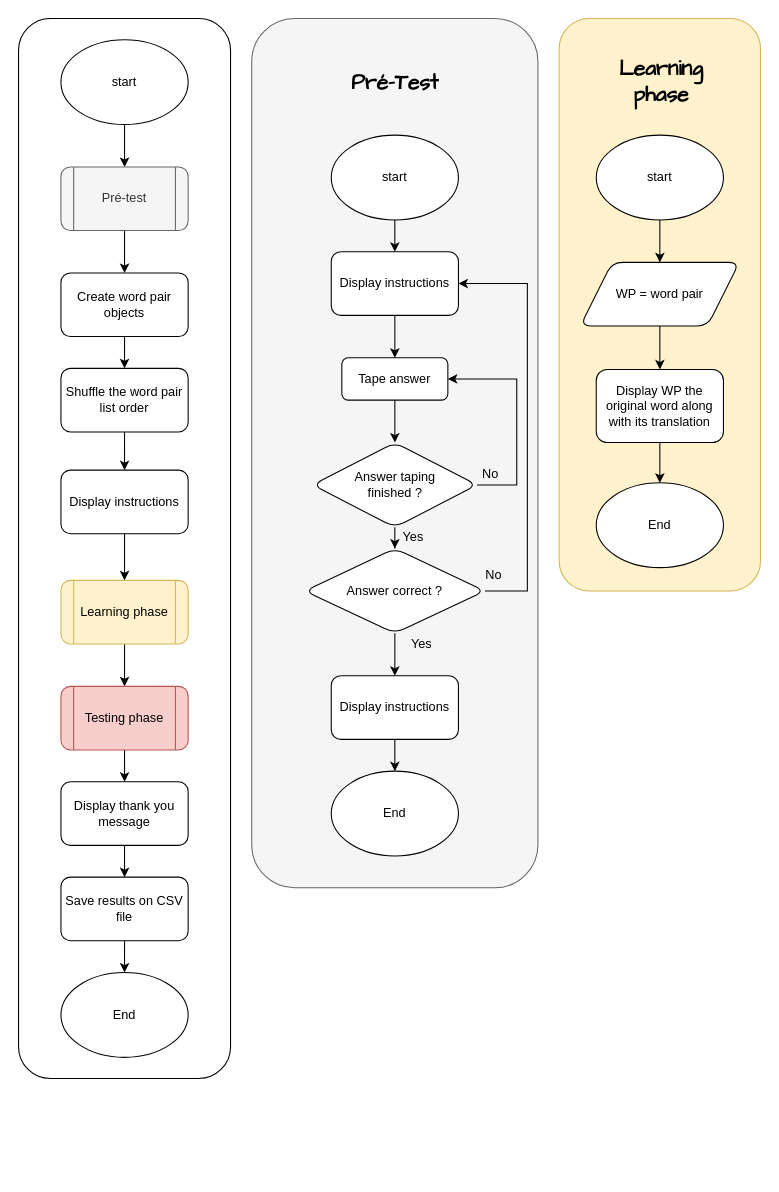
This is page "Main core" (1 of 3) of Psychopy.drawio from AlessandroCuozzo/Psycho, a draw.io file, before an edit. Source tidied: cells renumbered, new cells numbered last; positions are measured from the earlier drawing's top-left corner, leaving out a move shared by most shapes. Both pictures are drawn from the tidied source at 106%, with x=0, y=0 at pixel (18, 18).
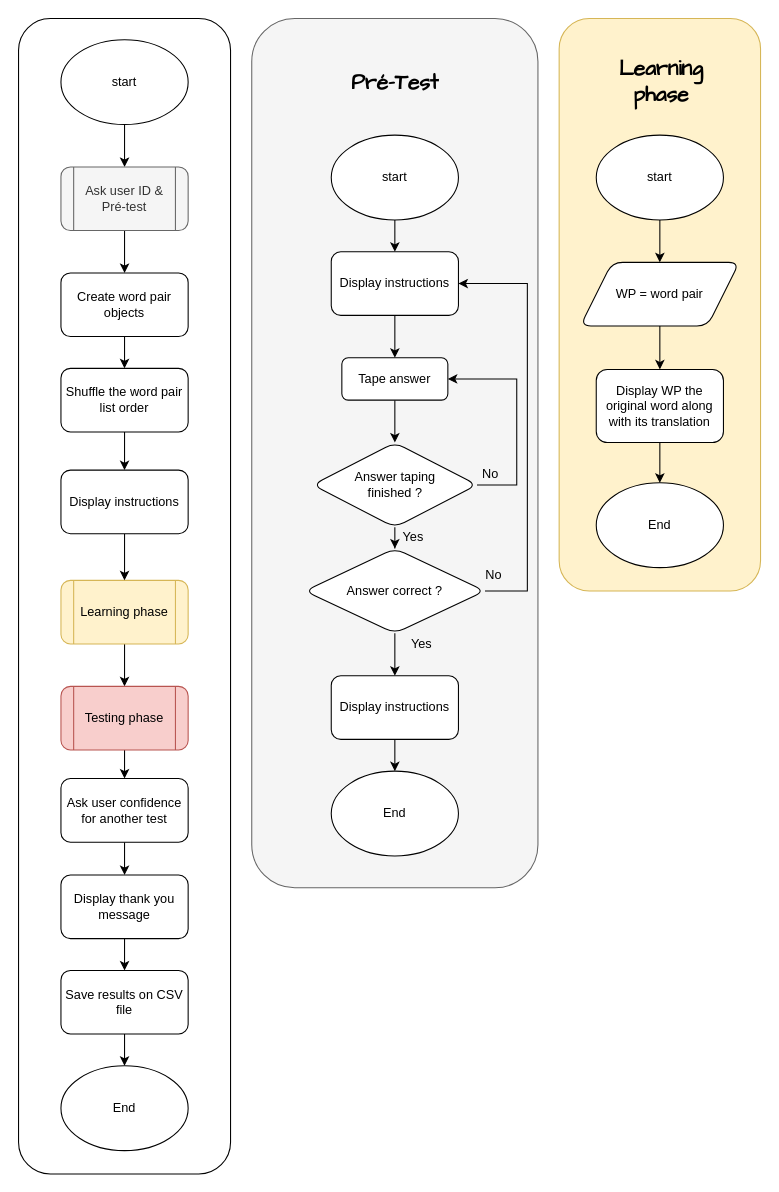
The same page after the edit.

The change refers to these unchanged cells:
```xml
<mxCell id="18" value="Testing phase" style="shape=process;whiteSpace=wrap;html=1;backgroundOutline=1;rounded=1;fillColor=#f8cecc;strokeColor=#b85450;" parent="1" vertex="1">
  <mxGeometry x="40" y="630" width="120" height="60" as="geometry" />
</mxCell>
```

The edit, as a diff of the source:
```diff
@@
     <mxCell id="2" style="rounded=1;whiteSpace=wrap;html=1;" parent="1" vertex="1">
-      <mxGeometry width="200" height="1000" as="geometry" />
+      <mxGeometry width="200" height="1090" as="geometry" />
     </mxCell>
@@
-    <mxCell id="10" value="Pré-test" style="shape=process;whiteSpace=wrap;html=1;backgroundOutline=1;rounded=1;fillColor=#f5f5f5;strokeColor=#666666;fontColor=#333333;" parent="1" vertex="1">
+    <mxCell id="10" value="&lt;div&gt;Ask user ID &amp;amp;&lt;br&gt;&lt;/div&gt;&lt;div&gt;Pré-test&lt;/div&gt;" style="shape=process;whiteSpace=wrap;html=1;backgroundOutline=1;rounded=1;fillColor=#f5f5f5;strokeColor=#666666;fontColor=#333333;" parent="1" vertex="1">
       <mxGeometry x="40" y="140" width="120" height="60" as="geometry" />
     </mxCell>
@@
-    <mxCell id="17" style="edgeStyle=orthogonalEdgeStyle;rounded=0;jettySize=auto;html=1;entryX=0.5;entryY=0;entryDx=0;entryDy=0;" parent="1" edge="1" source="18" target="20">
-      <mxGeometry relative="1" as="geometry" />
-    </mxCell>
+    <mxCell id="52" style="edgeStyle=orthogonalEdgeStyle;rounded=0;jettySize=auto;html=1;entryX=0.5;entryY=0;entryDx=0;entryDy=0;" parent="1" edge="1" source="18" target="54">
+      <mxGeometry relative="1" as="geometry" />
+    </mxCell>
@@
     <mxCell id="20" value="Display thank you message" style="rounded=1;whiteSpace=wrap;html=1;" parent="1" vertex="1">
-      <mxGeometry x="40" y="720" width="120" height="60" as="geometry" />
+      <mxGeometry x="40" y="808" width="120" height="60" as="geometry" />
     </mxCell>
@@
     <mxCell id="22" value="Save results on CSV file" style="rounded=1;whiteSpace=wrap;html=1;" parent="1" vertex="1">
-      <mxGeometry x="40" y="810" width="120" height="60" as="geometry" />
+      <mxGeometry x="40" y="898" width="120" height="60" as="geometry" />
     </mxCell>
     <mxCell id="23" value="End" style="ellipse;whiteSpace=wrap;html=1;rounded=1;" parent="1" vertex="1">
-      <mxGeometry x="40" y="900" width="120" height="80" as="geometry" />
+      <mxGeometry x="40" y="988" width="120" height="80" as="geometry" />
     </mxCell>
@@
+    <mxCell id="53" style="edgeStyle=orthogonalEdgeStyle;rounded=0;jettySize=auto;html=1;entryX=0.5;entryY=0;entryDx=0;entryDy=0;" parent="1" edge="1" source="54" target="20">
+      <mxGeometry relative="1" as="geometry" />
+    </mxCell>
+    <mxCell id="54" value="&lt;div&gt;Ask user confidence&lt;/div&gt;&lt;div&gt;for another test&lt;br&gt;&lt;/div&gt;" style="rounded=1;whiteSpace=wrap;html=1;" parent="1" vertex="1">
+      <mxGeometry x="40" y="717" width="120" height="60" as="geometry" />
+    </mxCell>
```
